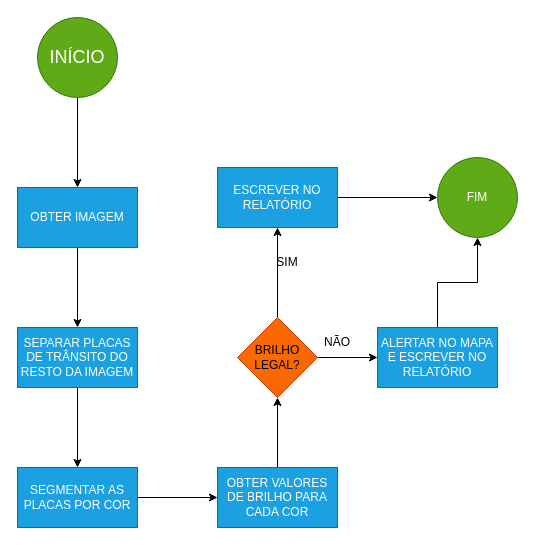
Before: Arteris.drawio in B4nr/computerVision, a draw.io diagram. Source tidied: cells renumbered, new cells numbered last; positions are measured from the earlier drawing's top-left corner, leaving out a move shared by most shapes. Both pictures are drawn from the tidied source at 100%, with x=0, y=0 at pixel (17, 17).
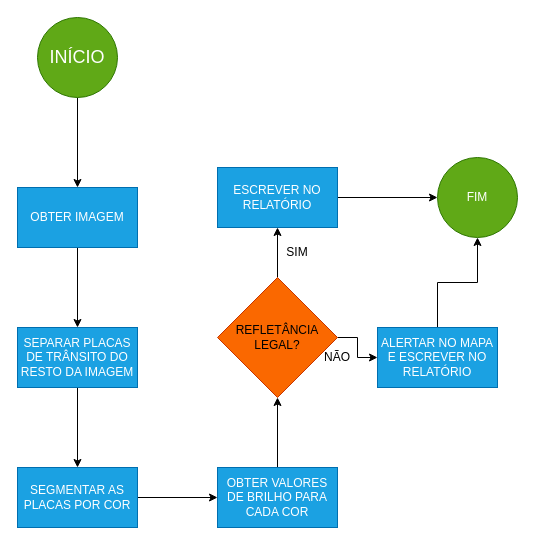
Above is the later version.

Diff of the diagram source:
```diff
@@
-    <mxCell id="14" value="BRILHO LEGAL?" style="rhombus;whiteSpace=wrap;html=1;fillColor=#fa6800;fontColor=#000000;strokeColor=#C73500;" parent="1" vertex="1">
-      <mxGeometry x="220" y="300" width="80" height="80" as="geometry" />
+    <mxCell id="14" value="&lt;font style=&quot;font-size: 12px;&quot;&gt;REFLETÂNCIA LEGAL?&lt;/font&gt;" style="rhombus;whiteSpace=wrap;html=1;fillColor=#fa6800;fontColor=#000000;strokeColor=#C73500;" parent="1" vertex="1">
+      <mxGeometry x="200" y="260" width="120" height="120" as="geometry" />
     </mxCell>
@@
     <mxCell id="19" value="SIM" style="text;html=1;strokeColor=none;fillColor=none;align=center;verticalAlign=middle;whiteSpace=wrap;rounded=0;" parent="1" vertex="1">
-      <mxGeometry x="240" y="230" width="60" height="30" as="geometry" />
+      <mxGeometry x="250" y="220" width="60" height="30" as="geometry" />
     </mxCell>
     <mxCell id="20" value="NÃO" style="text;html=1;strokeColor=none;fillColor=none;align=center;verticalAlign=middle;whiteSpace=wrap;rounded=0;" parent="1" vertex="1">
-      <mxGeometry x="290" y="310" width="60" height="30" as="geometry" />
+      <mxGeometry x="290" y="325" width="60" height="30" as="geometry" />
     </mxCell>
```
